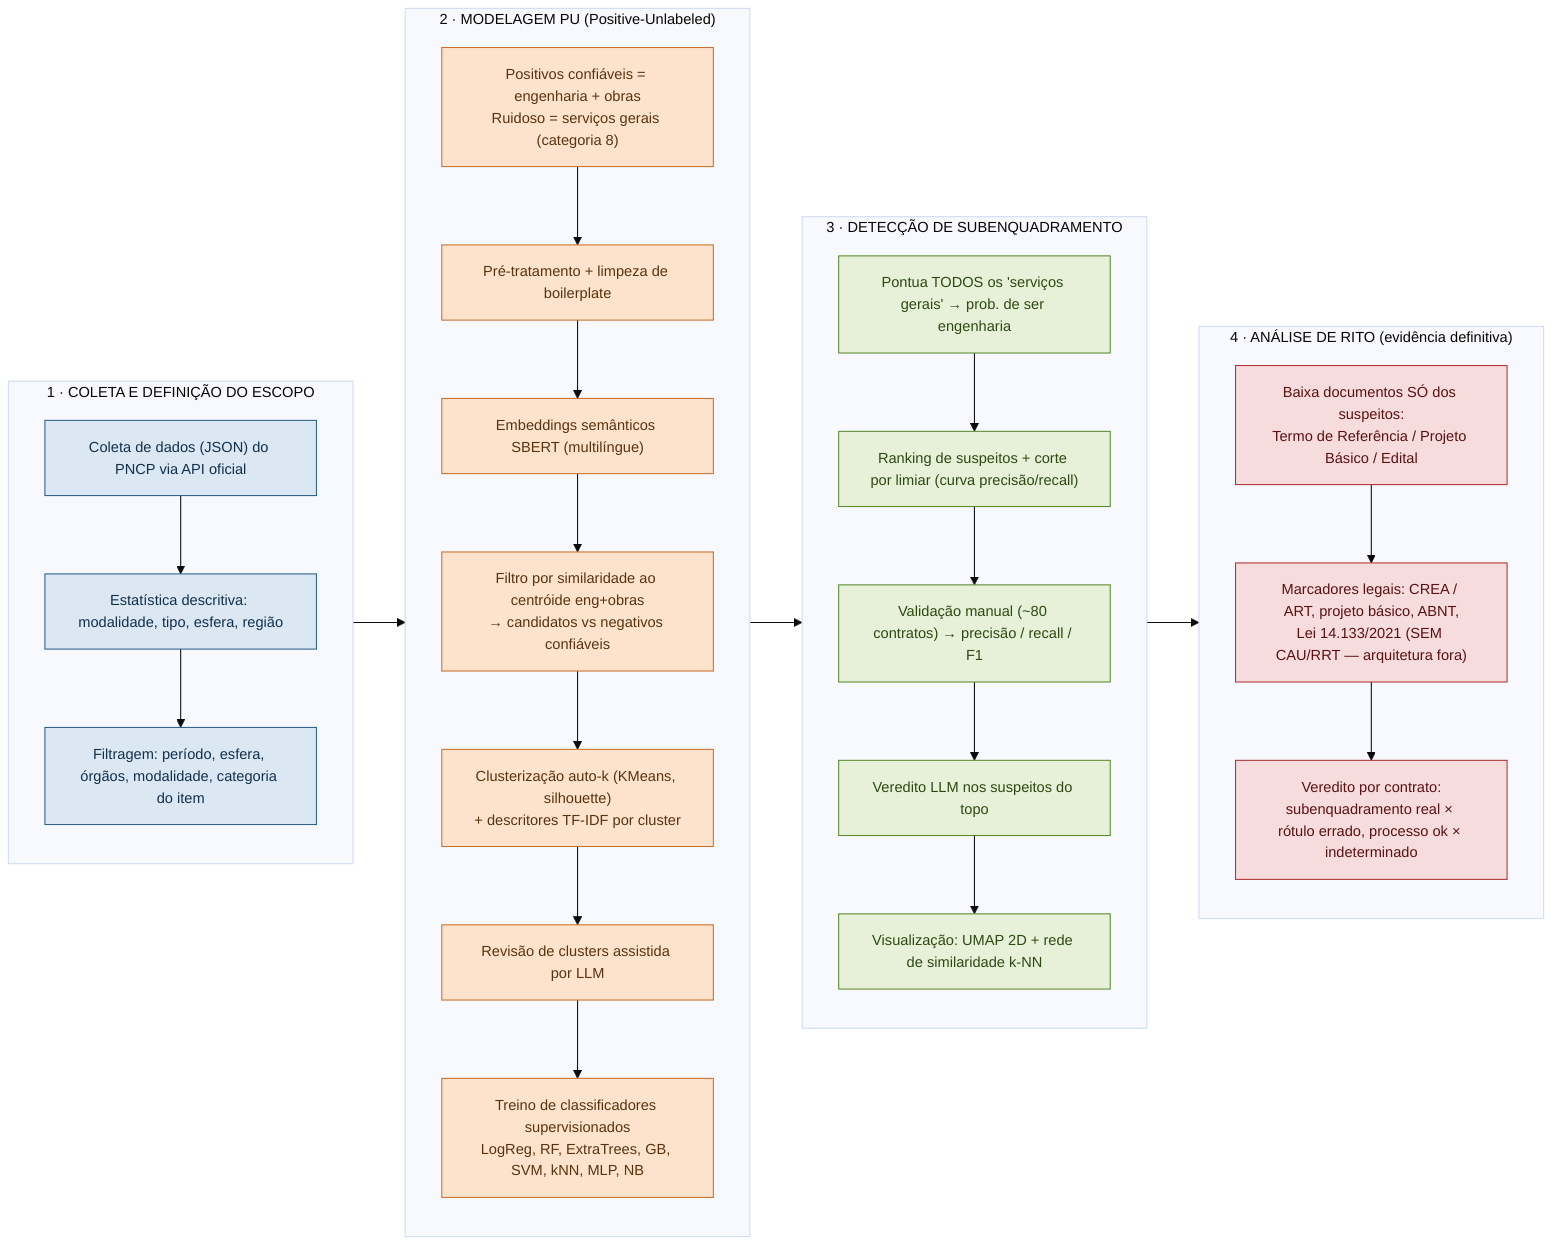
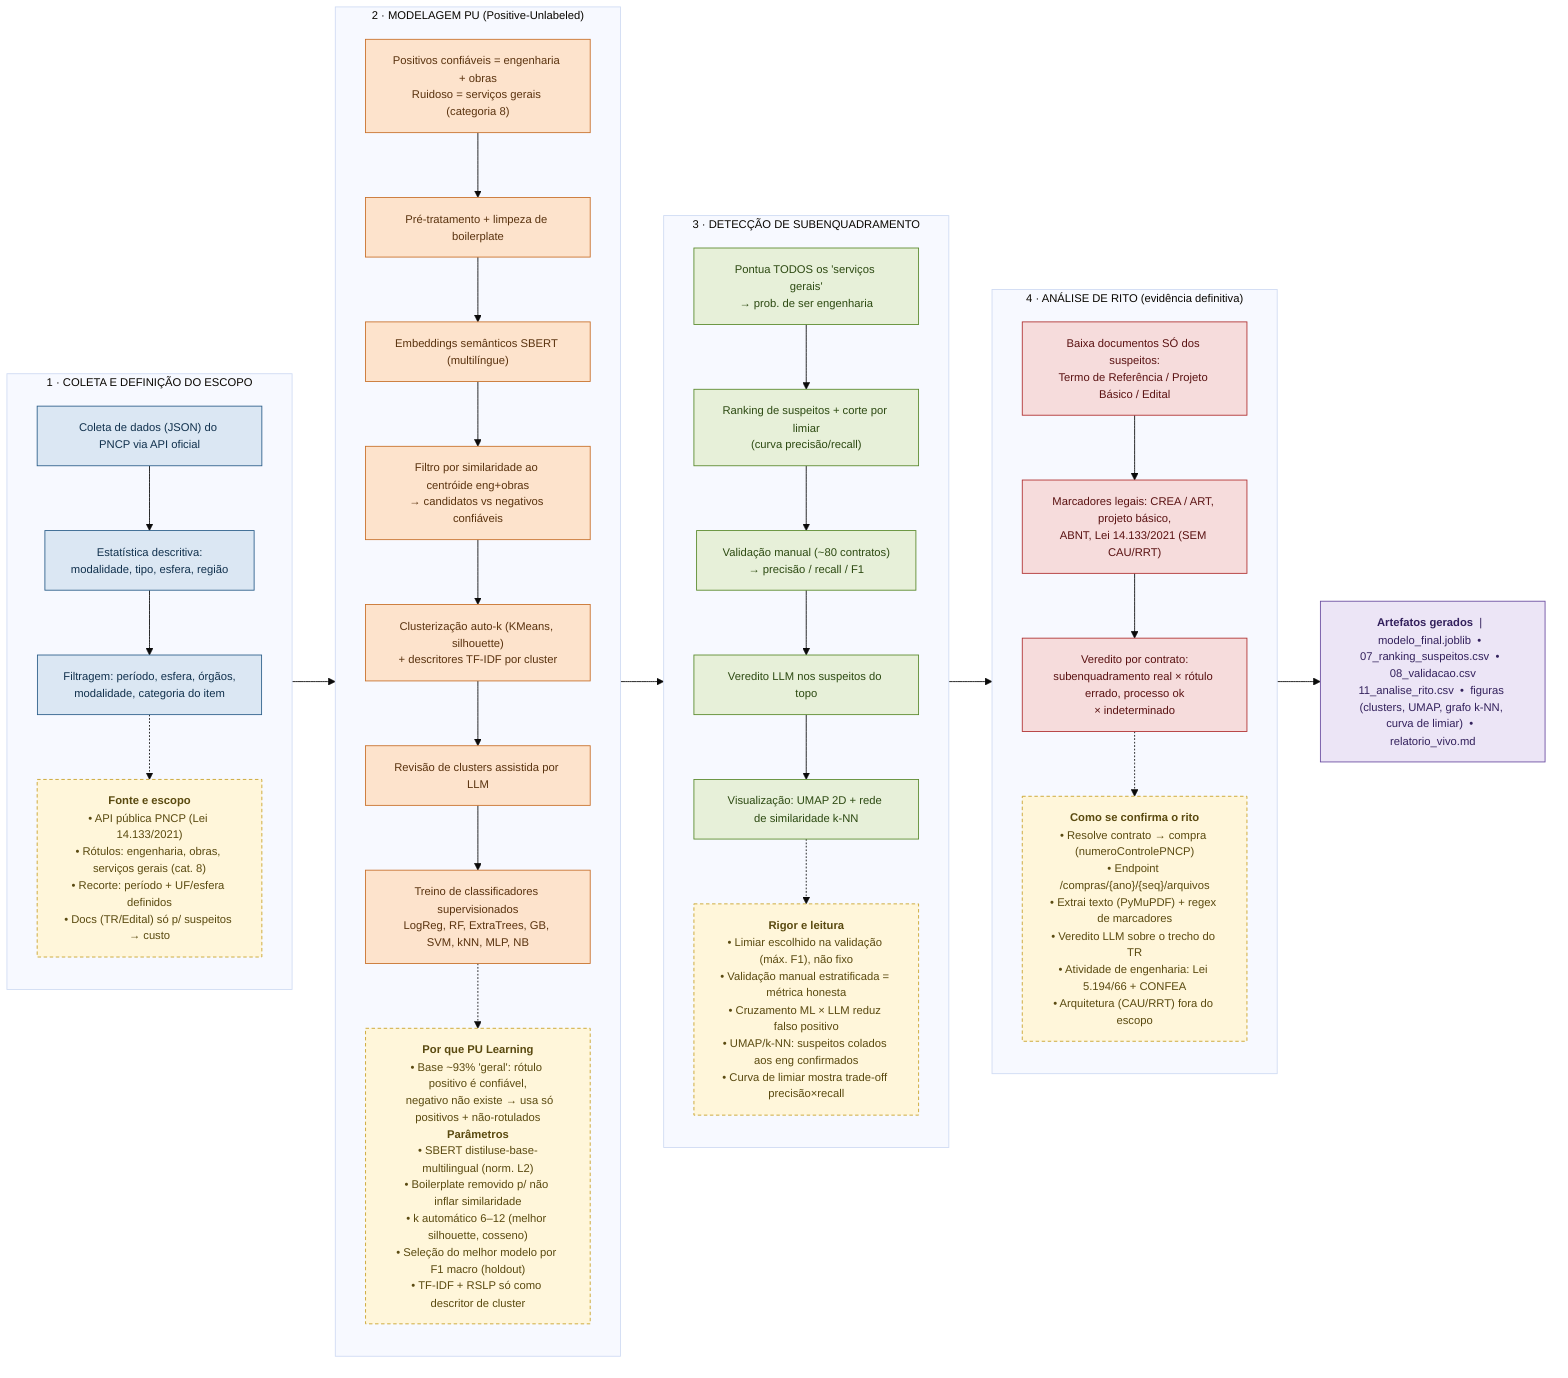
- %%{init: {'theme':'base','themeVariables':{'fontSize':'14px'}}}%%
+ %%{init: {'theme':'base','themeVariables':{'fontSize':'13px'}}}%%
flowchart LR
  classDef coleta fill:#dbe7f3,stroke:#2c5f8a,color:#11314d;
  classDef model  fill:#fde3cc,stroke:#c8702a,color:#5a330f;
  classDef detec  fill:#e7f0d9,stroke:#5a8a2c,color:#2d4a12;
  classDef rito   fill:#f6dcdc,stroke:#b03030,color:#5a1212;
+   classDef nota   fill:#fff6da,stroke:#c9a227,color:#5a4a10,stroke-dasharray:4 3;
+   classDef saida  fill:#ece5f6,stroke:#6a4ca0,color:#33215c;

  subgraph S1["1 · COLETA E DEFINIÇÃO DO ESCOPO"]
    direction TB
    A1["Coleta de dados (JSON) do PNCP via API oficial"]:::coleta
-     A2["Estatística descritiva: modalidade, tipo, esfera, região"]:::coleta
-     A3["Filtragem: período, esfera, órgãos, modalidade, categoria do item"]:::coleta
+     A2["Estatística descritiva:<br/>modalidade, tipo, esfera, região"]:::coleta
+     A3["Filtragem: período, esfera, órgãos,<br/>modalidade, categoria do item"]:::coleta
    A1 --> A2 --> A3
+     NA["<b>Fonte e escopo</b><br/>• API pública PNCP (Lei 14.133/2021)<br/>• Rótulos: engenharia, obras, serviços gerais (cat. 8)<br/>• Recorte: período + UF/esfera definidos<br/>• Docs (TR/Edital) só p/ suspeitos → custo"]:::nota
+     A3 -.-> NA
  end

  subgraph S2["2 · MODELAGEM PU (Positive-Unlabeled)"]
    direction TB
    B0["Positivos confiáveis = engenharia + obras<br/>Ruidoso = serviços gerais (categoria 8)"]:::model
    B1["Pré-tratamento + limpeza de boilerplate"]:::model
    B2["Embeddings semânticos SBERT (multilíngue)"]:::model
    B3["Filtro por similaridade ao centróide eng+obras<br/>→ candidatos vs negativos confiáveis"]:::model
    B4["Clusterização auto-k (KMeans, silhouette)<br/>+ descritores TF-IDF por cluster"]:::model
    B5["Revisão de clusters assistida por LLM"]:::model
    B6["Treino de classificadores supervisionados<br/>LogReg, RF, ExtraTrees, GB, SVM, kNN, MLP, NB"]:::model
    B0 --> B1 --> B2 --> B3 --> B4 --> B5 --> B6
+     NB["<b>Por que PU Learning</b><br/>• Base ~93% 'geral': rótulo positivo é confiável,<br/>  negativo não existe → usa só positivos + não-rotulados<br/><b>Parâmetros</b><br/>• SBERT distiluse-base-multilingual (norm. L2)<br/>• Boilerplate removido p/ não inflar similaridade<br/>• k automático 6–12 (melhor silhouette, cosseno)<br/>• Seleção do melhor modelo por F1 macro (holdout)<br/>• TF-IDF + RSLP só como descritor de cluster"]:::nota
+     B6 -.-> NB
  end

  subgraph S3["3 · DETECÇÃO DE SUBENQUADRAMENTO"]
    direction TB
-     C1["Pontua TODOS os 'serviços gerais' → prob. de ser engenharia"]:::detec
-     C2["Ranking de suspeitos + corte por limiar (curva precisão/recall)"]:::detec
-     C3["Validação manual (~80 contratos) → precisão / recall / F1"]:::detec
+     C1["Pontua TODOS os 'serviços gerais'<br/>→ prob. de ser engenharia"]:::detec
+     C2["Ranking de suspeitos + corte por limiar<br/>(curva precisão/recall)"]:::detec
+     C3["Validação manual (~80 contratos)<br/>→ precisão / recall / F1"]:::detec
    C4["Veredito LLM nos suspeitos do topo"]:::detec
    C5["Visualização: UMAP 2D + rede de similaridade k-NN"]:::detec
    C1 --> C2 --> C3 --> C4 --> C5
+     NC["<b>Rigor e leitura</b><br/>• Limiar escolhido na validação (máx. F1), não fixo<br/>• Validação manual estratificada = métrica honesta<br/>• Cruzamento ML × LLM reduz falso positivo<br/>• UMAP/k-NN: suspeitos colados aos eng confirmados<br/>• Curva de limiar mostra trade-off precisão×recall"]:::nota
+     C5 -.-> NC
  end

  subgraph S4["4 · ANÁLISE DE RITO (evidência definitiva)"]
    direction TB
    D1["Baixa documentos SÓ dos suspeitos:<br/>Termo de Referência / Projeto Básico / Edital"]:::rito
-     D2["Marcadores legais: CREA / ART, projeto básico, ABNT,<br/>Lei 14.133/2021 (SEM CAU/RRT — arquitetura fora)"]:::rito
-     D3["Veredito por contrato:<br/>subenquadramento real × rótulo errado, processo ok × indeterminado"]:::rito
+     D2["Marcadores legais: CREA / ART, projeto básico,<br/>ABNT, Lei 14.133/2021 (SEM CAU/RRT)"]:::rito
+     D3["Veredito por contrato:<br/>subenquadramento real × rótulo errado, processo ok<br/>× indeterminado"]:::rito
    D1 --> D2 --> D3
+     ND["<b>Como se confirma o rito</b><br/>• Resolve contrato → compra (numeroControlePNCP)<br/>• Endpoint /compras/{ano}/{seq}/arquivos<br/>• Extrai texto (PyMuPDF) + regex de marcadores<br/>• Veredito LLM sobre o trecho do TR<br/>• Atividade de engenharia: Lei 5.194/66 + CONFEA<br/>• Arquitetura (CAU/RRT) fora do escopo"]:::nota
+     D3 -.-> ND
  end

+   OUT["<b>Artefatos gerados</b> &nbsp;|&nbsp; modelo_final.joblib &nbsp;•&nbsp; 07_ranking_suspeitos.csv &nbsp;•&nbsp; 08_validacao.csv<br/>11_analise_rito.csv &nbsp;•&nbsp; figuras (clusters, UMAP, grafo k-NN, curva de limiar) &nbsp;•&nbsp; relatorio_vivo.md"]:::saida
+ 
  S1 --> S2 --> S3 --> S4
+   S4 --> OUT
